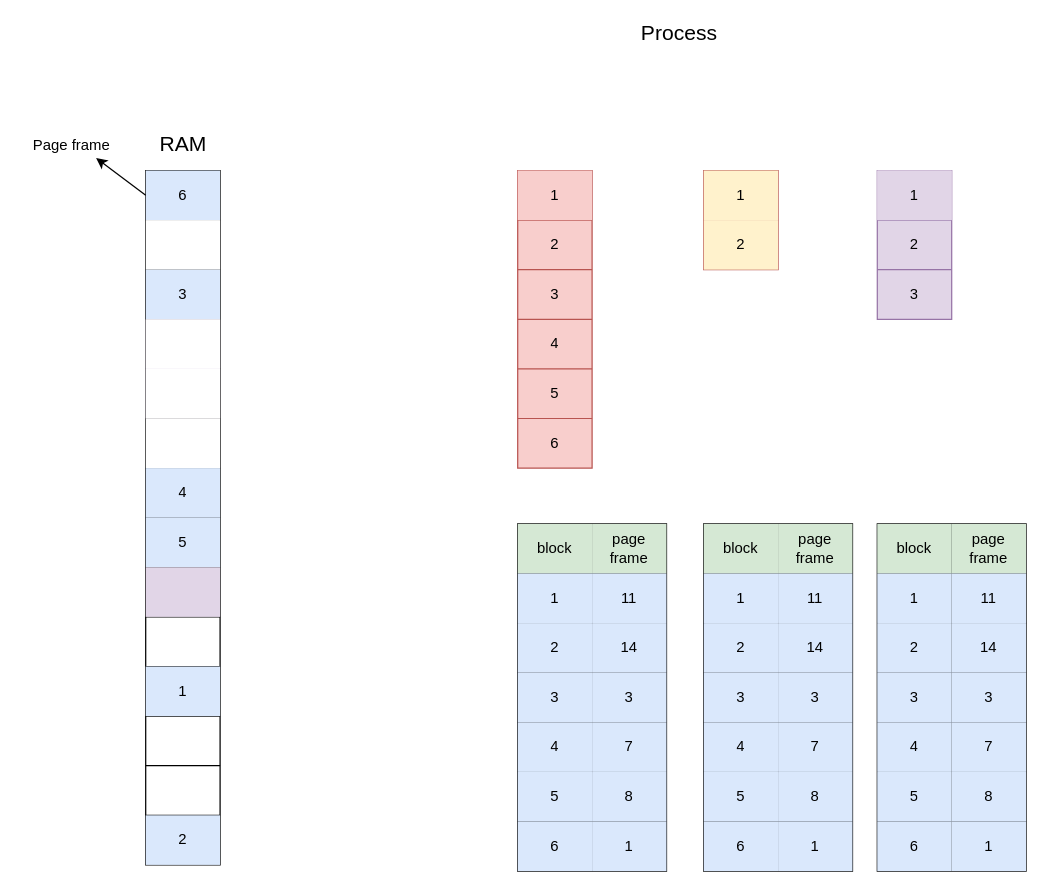
This is virtual-memory-1.drawio from estraining/diagram-store, a draw.io file, before an edit. Source tidied: cells renumbered, new cells numbered last; positions are measured from the earlier drawing's top-left corner, leaving out a move shared by most shapes. Both pictures are drawn from the tidied source at 124%, with x=0, y=0 at pixel (21, 21).
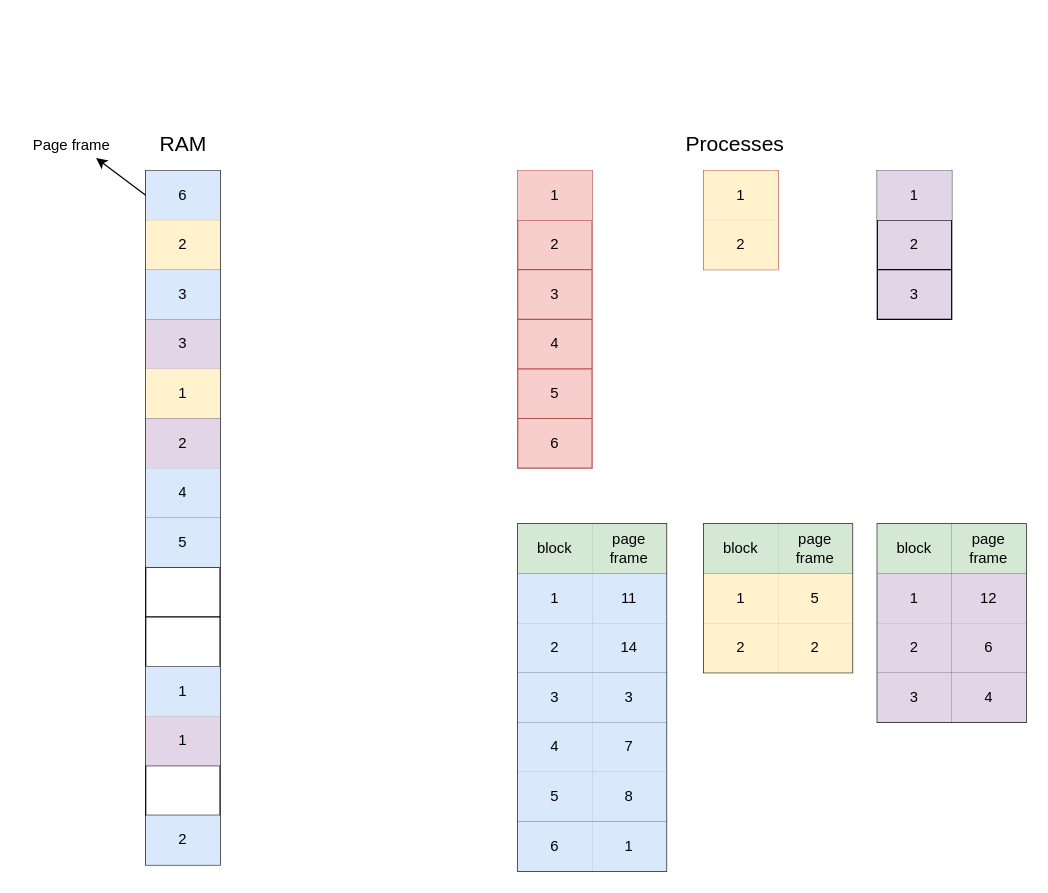
After the change.

Unchanged cells that the change refers to:
```xml
<mxCell id="2" style="shape=table;html=1;whiteSpace=wrap;startSize=0;childLayout=tableLayout;" parent="1" vertex="1">
  <mxGeometry x="100" y="120" width="60" height="560" as="geometry" />
</mxCell>
<mxCell id="5" style="shape=partialRectangle;html=1;whiteSpace=wrap;fillColor=none;top=0;left=0;bottom=0;right=0;" parent="2" vertex="1">
  <mxGeometry y="40" width="60" height="40" as="geometry" />
</mxCell>
<mxCell id="13" style="shape=partialRectangle;html=1;whiteSpace=wrap;fillColor=none;top=0;left=0;bottom=0;right=0;" parent="2" vertex="1">
  <mxGeometry y="200" width="60" height="40" as="geometry" />
</mxCell>
<mxCell id="25" style="shape=partialRectangle;html=1;whiteSpace=wrap;fillColor=none;top=0;left=0;bottom=0;right=0;" parent="2" vertex="1">
  <mxGeometry y="440" width="60" height="40" as="geometry" />
</mxCell>
<mxCell id="74" style="shape=partialRectangle;html=1;whiteSpace=wrap;fillColor=none;top=0;left=0;bottom=0;right=0;" parent="70" vertex="1">
  <mxGeometry y="40" width="120" height="40" as="geometry" />
</mxCell>
<mxCell id="77" style="shape=partialRectangle;html=1;whiteSpace=wrap;fillColor=none;top=0;left=0;bottom=0;right=0;" parent="70" vertex="1">
  <mxGeometry y="80" width="120" height="40" as="geometry" />
</mxCell>
<mxCell id="96" style="shape=partialRectangle;html=1;whiteSpace=wrap;fillColor=none;top=0;left=0;bottom=0;right=0;" parent="92" vertex="1">
  <mxGeometry y="40" width="120" height="40" as="geometry" />
</mxCell>
<mxCell id="99" style="shape=partialRectangle;html=1;whiteSpace=wrap;fillColor=none;top=0;left=0;bottom=0;right=0;" parent="92" vertex="1">
  <mxGeometry y="80" width="120" height="40" as="geometry" />
</mxCell>
<mxCell id="102" style="shape=partialRectangle;html=1;whiteSpace=wrap;fillColor=none;top=0;left=0;bottom=0;right=0;" parent="92" vertex="1">
  <mxGeometry y="120" width="120" height="40" as="geometry" />
</mxCell>
```

What changed in the source:
```diff
@@
-    <mxCell id="6" style="shape=partialRectangle;html=1;whiteSpace=wrap;overflow=hidden;top=0;left=0;bottom=0;right=0;" parent="5" vertex="1">
+    <mxCell id="6" value="2" style="shape=partialRectangle;html=1;whiteSpace=wrap;overflow=hidden;top=0;left=0;bottom=0;right=0;fillColor=#fff2cc;strokeColor=#d6b656;" parent="5" vertex="1">
       <mxGeometry width="60" height="40" as="geometry" />
     </mxCell>
@@
-    <mxCell id="9" style="shape=partialRectangle;html=1;whiteSpace=wrap;fillColor=#e1d5e7;top=0;left=0;bottom=0;right=0;strokeColor=#9673a6;" parent="2" vertex="1">
+    <mxCell id="9" style="shape=partialRectangle;html=1;whiteSpace=wrap;fillColor=none;top=0;left=0;bottom=0;right=0;" parent="2" vertex="1">
       <mxGeometry y="120" width="60" height="40" as="geometry" />
     </mxCell>
-    <mxCell id="10" style="shape=partialRectangle;html=1;whiteSpace=wrap;overflow=hidden;top=0;left=0;bottom=0;right=0;" parent="9" vertex="1">
+    <mxCell id="10" value="3" style="shape=partialRectangle;html=1;whiteSpace=wrap;overflow=hidden;top=0;left=0;bottom=0;right=0;fillColor=#e1d5e7;strokeColor=#9673a6;" parent="9" vertex="1">
       <mxGeometry width="60" height="40" as="geometry" />
     </mxCell>
-    <mxCell id="11" style="shape=partialRectangle;html=1;whiteSpace=wrap;fillColor=#e1d5e7;top=0;left=0;bottom=0;right=0;strokeColor=#9673a6;" parent="2" vertex="1">
+    <mxCell id="11" style="shape=partialRectangle;html=1;whiteSpace=wrap;fillColor=none;top=0;left=0;bottom=0;right=0;" parent="2" vertex="1">
       <mxGeometry y="160" width="60" height="40" as="geometry" />
     </mxCell>
-    <mxCell id="12" style="shape=partialRectangle;html=1;whiteSpace=wrap;overflow=hidden;top=0;left=0;bottom=0;right=0;" parent="11" vertex="1">
+    <mxCell id="12" value="1" style="shape=partialRectangle;html=1;whiteSpace=wrap;overflow=hidden;top=0;left=0;bottom=0;right=0;fillColor=#fff2cc;strokeColor=#d6b656;" parent="11" vertex="1">
       <mxGeometry width="60" height="40" as="geometry" />
     </mxCell>
@@
-    <mxCell id="14" style="shape=partialRectangle;html=1;whiteSpace=wrap;overflow=hidden;top=0;left=0;bottom=0;right=0;" parent="13" vertex="1">
+    <mxCell id="14" value="2" style="shape=partialRectangle;html=1;whiteSpace=wrap;overflow=hidden;top=0;left=0;bottom=0;right=0;fillColor=#e1d5e7;strokeColor=#9673a6;" parent="13" vertex="1">
       <mxGeometry width="60" height="40" as="geometry" />
     </mxCell>
@@
-    <mxCell id="19" style="shape=partialRectangle;html=1;whiteSpace=wrap;fillColor=#e1d5e7;top=0;left=0;bottom=0;right=0;strokeColor=#9673a6;" parent="2" vertex="1">
+    <mxCell id="19" style="shape=partialRectangle;html=1;whiteSpace=wrap;fillColor=none;top=0;left=0;bottom=0;right=0;" parent="2" vertex="1">
       <mxGeometry y="320" width="60" height="40" as="geometry" />
     </mxCell>
@@
-    <mxCell id="26" style="shape=partialRectangle;html=1;whiteSpace=wrap;overflow=hidden;fillColor=none;top=0;left=0;bottom=0;right=0;" parent="25" vertex="1">
+    <mxCell id="26" value="1" style="shape=partialRectangle;html=1;whiteSpace=wrap;overflow=hidden;fillColor=#e1d5e7;top=0;left=0;bottom=0;right=0;strokeColor=#9673a6;" parent="25" vertex="1">
       <mxGeometry width="60" height="40" as="geometry" />
     </mxCell>
@@
-    <mxCell id="32" value="&lt;font style=&quot;font-size: 17px&quot;&gt;Process&lt;/font&gt;" style="text;html=1;align=center;verticalAlign=middle;strokeWidth=10;" parent="1" vertex="1">
-      <mxGeometry x="490" width="80" height="20" as="geometry" />
+    <mxCell id="32" value="&lt;font style=&quot;font-size: 17px&quot;&gt;Processes&lt;/font&gt;" style="text;html=1;align=center;verticalAlign=middle;strokeWidth=10;" parent="1" vertex="1">
+      <mxGeometry x="530" y="90" width="90" height="20" as="geometry" />
     </mxCell>
@@
     <mxCell id="70" style="shape=table;html=1;whiteSpace=wrap;startSize=0;childLayout=tableLayout;" parent="1" vertex="1">
-      <mxGeometry x="550" y="405" width="120" height="280" as="geometry" />
+      <mxGeometry x="550" y="405" width="120" height="120" as="geometry" />
     </mxCell>
@@
-    <mxCell id="75" value="1" style="shape=partialRectangle;html=1;whiteSpace=wrap;overflow=hidden;fillColor=#dae8fc;top=0;left=0;bottom=0;right=0;strokeColor=#6c8ebf;" parent="74" vertex="1">
+    <mxCell id="75" value="1" style="shape=partialRectangle;html=1;whiteSpace=wrap;overflow=hidden;fillColor=#fff2cc;top=0;left=0;bottom=0;right=0;strokeColor=#d6b656;" parent="74" vertex="1">
       <mxGeometry width="60" height="40" as="geometry" />
     </mxCell>
-    <mxCell id="76" value="11" style="shape=partialRectangle;html=1;whiteSpace=wrap;overflow=hidden;fillColor=#dae8fc;top=0;left=0;bottom=0;right=0;strokeColor=#6c8ebf;" parent="74" vertex="1">
+    <mxCell id="76" value="5" style="shape=partialRectangle;html=1;whiteSpace=wrap;overflow=hidden;fillColor=#fff2cc;top=0;left=0;bottom=0;right=0;strokeColor=#d6b656;" parent="74" vertex="1">
       <mxGeometry x="60" width="60" height="40" as="geometry" />
     </mxCell>
@@
-    <mxCell id="78" value="2" style="shape=partialRectangle;html=1;whiteSpace=wrap;overflow=hidden;fillColor=#dae8fc;top=0;left=0;bottom=0;right=0;strokeColor=#6c8ebf;" parent="77" vertex="1">
+    <mxCell id="78" value="2" style="shape=partialRectangle;html=1;whiteSpace=wrap;overflow=hidden;fillColor=#fff2cc;top=0;left=0;bottom=0;right=0;strokeColor=#d6b656;" parent="77" vertex="1">
       <mxGeometry width="60" height="40" as="geometry" />
     </mxCell>
-    <mxCell id="79" value="14" style="shape=partialRectangle;html=1;whiteSpace=wrap;overflow=hidden;fillColor=#dae8fc;top=0;left=0;bottom=0;right=0;strokeColor=#6c8ebf;" parent="77" vertex="1">
+    <mxCell id="79" value="2" style="shape=partialRectangle;html=1;whiteSpace=wrap;overflow=hidden;fillColor=#fff2cc;top=0;left=0;bottom=0;right=0;strokeColor=#d6b656;" parent="77" vertex="1">
       <mxGeometry x="60" width="60" height="40" as="geometry" />
     </mxCell>
-    <mxCell id="80" style="shape=partialRectangle;html=1;whiteSpace=wrap;fillColor=none;top=0;left=0;bottom=0;right=0;" parent="70" vertex="1">
-      <mxGeometry y="120" width="120" height="40" as="geometry" />
-    </mxCell>
-    <mxCell id="81" value="3" style="shape=partialRectangle;html=1;whiteSpace=wrap;overflow=hidden;fillColor=#dae8fc;top=0;left=0;bottom=0;right=0;strokeColor=#6c8ebf;" parent="80" vertex="1">
-      <mxGeometry width="60" height="40" as="geometry" />
-    </mxCell>
-    <mxCell id="82" value="3" style="shape=partialRectangle;html=1;whiteSpace=wrap;overflow=hidden;fillColor=#dae8fc;top=0;left=0;bottom=0;right=0;strokeColor=#6c8ebf;" parent="80" vertex="1">
-      <mxGeometry x="60" width="60" height="40" as="geometry" />
-    </mxCell>
-    <mxCell id="83" style="shape=partialRectangle;html=1;whiteSpace=wrap;fillColor=none;top=0;left=0;bottom=0;right=0;" parent="70" vertex="1">
-      <mxGeometry y="160" width="120" height="40" as="geometry" />
-    </mxCell>
-    <mxCell id="84" value="4" style="shape=partialRectangle;html=1;whiteSpace=wrap;overflow=hidden;fillColor=#dae8fc;top=0;left=0;bottom=0;right=0;strokeColor=#6c8ebf;" parent="83" vertex="1">
-      <mxGeometry width="60" height="40" as="geometry" />
-    </mxCell>
-    <mxCell id="85" value="7" style="shape=partialRectangle;html=1;whiteSpace=wrap;overflow=hidden;fillColor=#dae8fc;top=0;left=0;bottom=0;right=0;strokeColor=#6c8ebf;" parent="83" vertex="1">
-      <mxGeometry x="60" width="60" height="40" as="geometry" />
-    </mxCell>
-    <mxCell id="86" style="shape=partialRectangle;html=1;whiteSpace=wrap;fillColor=none;top=0;left=0;bottom=0;right=0;" parent="70" vertex="1">
-      <mxGeometry y="200" width="120" height="40" as="geometry" />
-    </mxCell>
-    <mxCell id="87" value="5" style="shape=partialRectangle;html=1;whiteSpace=wrap;overflow=hidden;fillColor=#dae8fc;top=0;left=0;bottom=0;right=0;strokeColor=#6c8ebf;" parent="86" vertex="1">
-      <mxGeometry width="60" height="40" as="geometry" />
-    </mxCell>
-    <mxCell id="88" value="8" style="shape=partialRectangle;html=1;whiteSpace=wrap;overflow=hidden;fillColor=#dae8fc;top=0;left=0;bottom=0;right=0;strokeColor=#6c8ebf;" parent="86" vertex="1">
-      <mxGeometry x="60" width="60" height="40" as="geometry" />
-    </mxCell>
-    <mxCell id="89" style="shape=partialRectangle;html=1;whiteSpace=wrap;fillColor=none;top=0;left=0;bottom=0;right=0;" parent="70" vertex="1">
-      <mxGeometry y="240" width="120" height="40" as="geometry" />
-    </mxCell>
-    <mxCell id="90" value="6" style="shape=partialRectangle;html=1;whiteSpace=wrap;overflow=hidden;fillColor=#dae8fc;top=0;left=0;bottom=0;right=0;strokeColor=#6c8ebf;" parent="89" vertex="1">
-      <mxGeometry width="60" height="40" as="geometry" />
-    </mxCell>
-    <mxCell id="91" value="1" style="shape=partialRectangle;html=1;whiteSpace=wrap;overflow=hidden;fillColor=#dae8fc;top=0;left=0;bottom=0;right=0;strokeColor=#6c8ebf;" parent="89" vertex="1">
-      <mxGeometry x="60" width="60" height="40" as="geometry" />
-    </mxCell>
     <mxCell id="92" style="shape=table;html=1;whiteSpace=wrap;startSize=0;childLayout=tableLayout;" parent="1" vertex="1">
-      <mxGeometry x="690" y="405" width="120" height="280" as="geometry" />
+      <mxGeometry x="690" y="405" width="120" height="160" as="geometry" />
     </mxCell>
@@
-    <mxCell id="97" value="1" style="shape=partialRectangle;html=1;whiteSpace=wrap;overflow=hidden;fillColor=#dae8fc;top=0;left=0;bottom=0;right=0;strokeColor=#6c8ebf;" parent="96" vertex="1">
+    <mxCell id="97" value="1" style="shape=partialRectangle;html=1;whiteSpace=wrap;overflow=hidden;fillColor=#e1d5e7;top=0;left=0;bottom=0;right=0;strokeColor=#9673a6;" parent="96" vertex="1">
       <mxGeometry width="60" height="40" as="geometry" />
     </mxCell>
-    <mxCell id="98" value="11" style="shape=partialRectangle;html=1;whiteSpace=wrap;overflow=hidden;fillColor=#dae8fc;top=0;left=0;bottom=0;right=0;strokeColor=#6c8ebf;" parent="96" vertex="1">
+    <mxCell id="98" value="12" style="shape=partialRectangle;html=1;whiteSpace=wrap;overflow=hidden;fillColor=#e1d5e7;top=0;left=0;bottom=0;right=0;strokeColor=#9673a6;" parent="96" vertex="1">
       <mxGeometry x="60" width="60" height="40" as="geometry" />
     </mxCell>
@@
-    <mxCell id="100" value="2" style="shape=partialRectangle;html=1;whiteSpace=wrap;overflow=hidden;fillColor=#dae8fc;top=0;left=0;bottom=0;right=0;strokeColor=#6c8ebf;" parent="99" vertex="1">
+    <mxCell id="100" value="2" style="shape=partialRectangle;html=1;whiteSpace=wrap;overflow=hidden;fillColor=#e1d5e7;top=0;left=0;bottom=0;right=0;strokeColor=#9673a6;" parent="99" vertex="1">
       <mxGeometry width="60" height="40" as="geometry" />
     </mxCell>
-    <mxCell id="101" value="14" style="shape=partialRectangle;html=1;whiteSpace=wrap;overflow=hidden;fillColor=#dae8fc;top=0;left=0;bottom=0;right=0;strokeColor=#6c8ebf;" parent="99" vertex="1">
+    <mxCell id="101" value="6" style="shape=partialRectangle;html=1;whiteSpace=wrap;overflow=hidden;fillColor=#e1d5e7;top=0;left=0;bottom=0;right=0;strokeColor=#9673a6;" parent="99" vertex="1">
       <mxGeometry x="60" width="60" height="40" as="geometry" />
     </mxCell>
@@
-    <mxCell id="103" value="3" style="shape=partialRectangle;html=1;whiteSpace=wrap;overflow=hidden;fillColor=#dae8fc;top=0;left=0;bottom=0;right=0;strokeColor=#6c8ebf;" parent="102" vertex="1">
+    <mxCell id="103" value="3" style="shape=partialRectangle;html=1;whiteSpace=wrap;overflow=hidden;fillColor=#e1d5e7;top=0;left=0;bottom=0;right=0;strokeColor=#9673a6;" parent="102" vertex="1">
       <mxGeometry width="60" height="40" as="geometry" />
     </mxCell>
-    <mxCell id="104" value="3" style="shape=partialRectangle;html=1;whiteSpace=wrap;overflow=hidden;fillColor=#dae8fc;top=0;left=0;bottom=0;right=0;strokeColor=#6c8ebf;" parent="102" vertex="1">
+    <mxCell id="104" value="4" style="shape=partialRectangle;html=1;whiteSpace=wrap;overflow=hidden;fillColor=#e1d5e7;top=0;left=0;bottom=0;right=0;strokeColor=#9673a6;" parent="102" vertex="1">
       <mxGeometry x="60" width="60" height="40" as="geometry" />
     </mxCell>
-    <mxCell id="105" style="shape=partialRectangle;html=1;whiteSpace=wrap;fillColor=none;top=0;left=0;bottom=0;right=0;" parent="92" vertex="1">
-      <mxGeometry y="160" width="120" height="40" as="geometry" />
-    </mxCell>
-    <mxCell id="106" value="4" style="shape=partialRectangle;html=1;whiteSpace=wrap;overflow=hidden;fillColor=#dae8fc;top=0;left=0;bottom=0;right=0;strokeColor=#6c8ebf;" parent="105" vertex="1">
-      <mxGeometry width="60" height="40" as="geometry" />
-    </mxCell>
-    <mxCell id="107" value="7" style="shape=partialRectangle;html=1;whiteSpace=wrap;overflow=hidden;fillColor=#dae8fc;top=0;left=0;bottom=0;right=0;strokeColor=#6c8ebf;" parent="105" vertex="1">
-      <mxGeometry x="60" width="60" height="40" as="geometry" />
-    </mxCell>
-    <mxCell id="108" style="shape=partialRectangle;html=1;whiteSpace=wrap;fillColor=none;top=0;left=0;bottom=0;right=0;" parent="92" vertex="1">
-      <mxGeometry y="200" width="120" height="40" as="geometry" />
-    </mxCell>
-    <mxCell id="109" value="5" style="shape=partialRectangle;html=1;whiteSpace=wrap;overflow=hidden;fillColor=#dae8fc;top=0;left=0;bottom=0;right=0;strokeColor=#6c8ebf;" parent="108" vertex="1">
-      <mxGeometry width="60" height="40" as="geometry" />
-    </mxCell>
-    <mxCell id="110" value="8" style="shape=partialRectangle;html=1;whiteSpace=wrap;overflow=hidden;fillColor=#dae8fc;top=0;left=0;bottom=0;right=0;strokeColor=#6c8ebf;" parent="108" vertex="1">
-      <mxGeometry x="60" width="60" height="40" as="geometry" />
-    </mxCell>
-    <mxCell id="111" style="shape=partialRectangle;html=1;whiteSpace=wrap;fillColor=none;top=0;left=0;bottom=0;right=0;" parent="92" vertex="1">
-      <mxGeometry y="240" width="120" height="40" as="geometry" />
-    </mxCell>
-    <mxCell id="112" value="6" style="shape=partialRectangle;html=1;whiteSpace=wrap;overflow=hidden;fillColor=#dae8fc;top=0;left=0;bottom=0;right=0;strokeColor=#6c8ebf;" parent="111" vertex="1">
-      <mxGeometry width="60" height="40" as="geometry" />
-    </mxCell>
-    <mxCell id="113" value="1" style="shape=partialRectangle;html=1;whiteSpace=wrap;overflow=hidden;fillColor=#dae8fc;top=0;left=0;bottom=0;right=0;strokeColor=#6c8ebf;" parent="111" vertex="1">
-      <mxGeometry x="60" width="60" height="40" as="geometry" />
-    </mxCell>
@@
-    <mxCell id="119" style="shape=table;html=1;whiteSpace=wrap;startSize=0;childLayout=tableLayout;fillColor=#e1d5e7;strokeColor=#9673a6;" parent="1" vertex="1">
+    <mxCell id="119" style="shape=table;html=1;whiteSpace=wrap;startSize=0;childLayout=tableLayout;fillColor=#e1d5e7;" parent="1" vertex="1">
       <mxGeometry x="690" y="120" width="60" height="120" as="geometry" />
     </mxCell>
```
